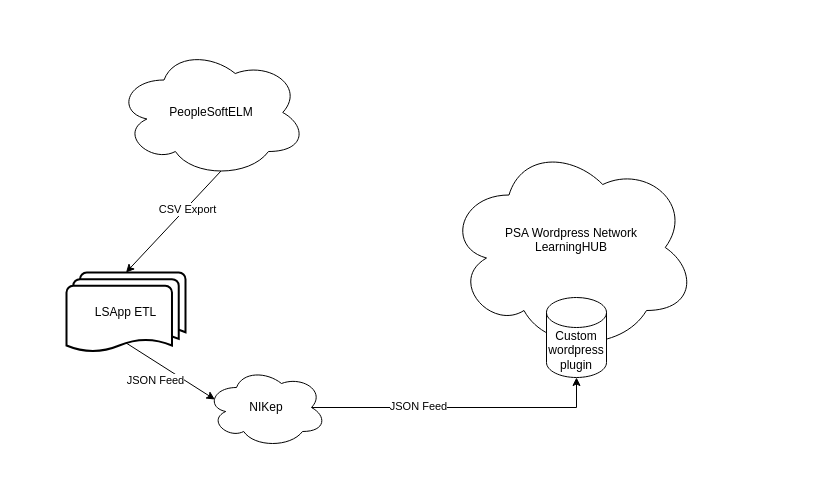
This is LearningHubNetworkDiagram.drawio from allanhaggett/wp-bcgov-corp-learn-portal, a draw.io file, before an edit. Source tidied: cells renumbered, new cells numbered last; positions are measured from the earlier drawing's top-left corner, leaving out a move shared by most shapes. Both pictures are drawn from the tidied source at 100%, with x=0, y=0 at pixel (66, 47).
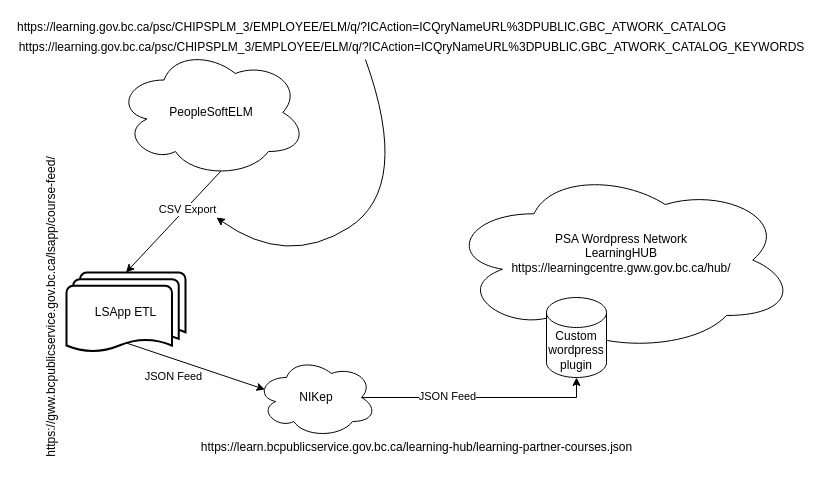
The same diagram, later.

What changed in the source:
```diff
@@
     <mxCell id="8" value="NIKep" style="ellipse;shape=cloud;whiteSpace=wrap;html=1;" parent="1" vertex="1">
-      <mxGeometry x="140" y="320" width="120" height="80" as="geometry" />
+      <mxGeometry x="190" y="310" width="120" height="80" as="geometry" />
     </mxCell>
@@
-    <mxCell id="11" value="&lt;div&gt;PSA Wordpress Network&lt;br&gt;&lt;/div&gt;&lt;div&gt;LearningHUB&lt;/div&gt;&lt;div&gt;&lt;br&gt;&lt;/div&gt;" style="ellipse;shape=cloud;whiteSpace=wrap;html=1;" parent="1" vertex="1">
-      <mxGeometry x="380" y="95" width="250" height="210" as="geometry" />
+    <mxCell id="11" value="&lt;div&gt;PSA Wordpress Network&lt;br&gt;&lt;/div&gt;&lt;div&gt;LearningHUB&lt;/div&gt;&lt;div&gt;https://learningcentre.gww.gov.bc.ca/hub/&lt;br&gt;&lt;/div&gt;&lt;div&gt;&lt;br&gt;&lt;/div&gt;" style="ellipse;shape=cloud;whiteSpace=wrap;html=1;" parent="1" vertex="1">
+      <mxGeometry x="380" y="120" width="350" height="185" as="geometry" />
     </mxCell>
@@
+    <mxCell id="13" value="https://learn.bcpublicservice.gov.bc.ca/learning-hub/learning-partner-courses.json" style="text;html=1;align=center;verticalAlign=middle;strokeColor=none;" parent="1" vertex="1">
+      <mxGeometry x="130" y="390" width="440" height="20" as="geometry" />
+    </mxCell>
+    <mxCell id="14" value="https://gww.bcpublicservice.gov.bc.ca/lsapp/course-feed/" style="text;html=1;align=center;verticalAlign=middle;strokeColor=none;rotation=-90;" parent="1" vertex="1">
+      <mxGeometry x="-170" y="250" width="310" height="20" as="geometry" />
+    </mxCell>
+    <mxCell id="15" value="https://learning.gov.bc.ca/psc/CHIPSPLM_3/EMPLOYEE/ELM/q/?ICAction=ICQryNameURL%3DPUBLIC.GBC_ATWORK_CATALOG" style="text;html=1;align=center;verticalAlign=middle;strokeColor=none;" parent="1" vertex="1">
+      <mxGeometry x="-45" y="-30" width="700" height="20" as="geometry" />
+    </mxCell>
+    <mxCell id="16" value="https://learning.gov.bc.ca/psc/CHIPSPLM_3/EMPLOYEE/ELM/q/?ICAction=ICQryNameURL%3DPUBLIC.GBC_ATWORK_CATALOG_KEYWORDS" style="text;html=1;align=center;verticalAlign=middle;points=[];strokeColor=none;" parent="1" vertex="1">
+      <mxGeometry x="-45" y="-10" width="780" height="20" as="geometry" />
+    </mxCell>
+    <mxCell id="17" style="curved=1;endArrow=classic;html=1;exitX=0.441;exitY=1.1;exitDx=0;exitDy=0;exitPerimeter=0;" parent="1" edge="1" source="16">
+      <mxGeometry relative="1" as="geometry">
+        <mxPoint x="150" y="170" as="targetPoint" />
+        <Array as="points">
+          <mxPoint x="345" y="140" />
+          <mxPoint x="220" y="220" />
+        </Array>
+      </mxGeometry>
+    </mxCell>
```
